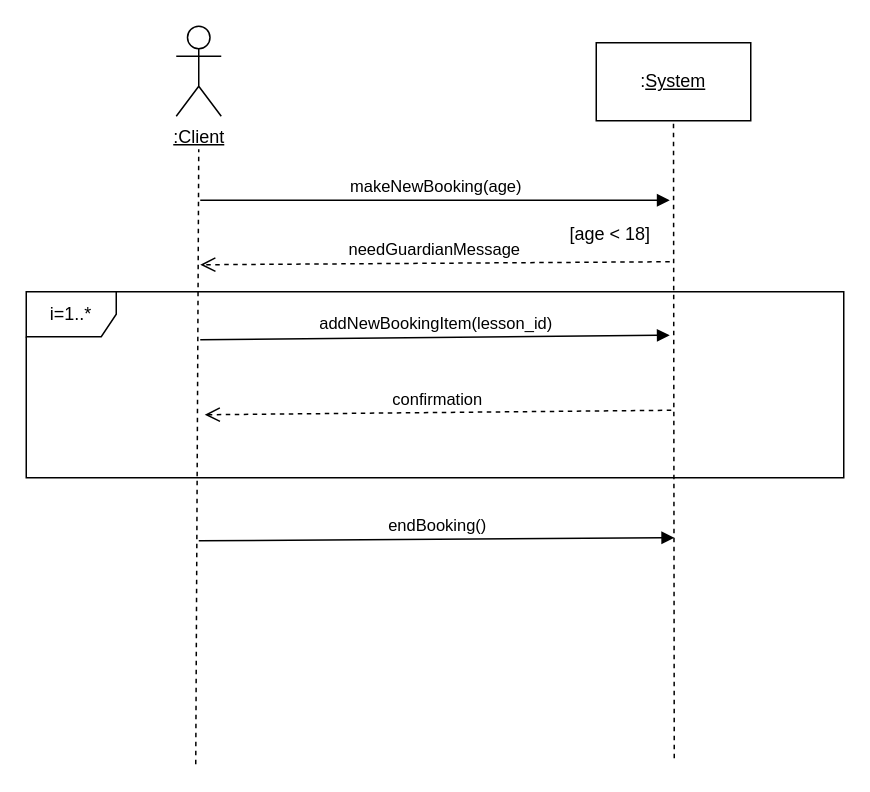
The draw.io diagram ssd_MakeBooking.drawio in matdavid7272/342project, before the edit. Source tidied: cells renumbered, new cells numbered last; positions are measured from the earlier drawing's top-left corner, leaving out a move shared by most shapes. Both pictures are drawn from the tidied source at 150%, with x=0, y=0 at pixel (26, 26).
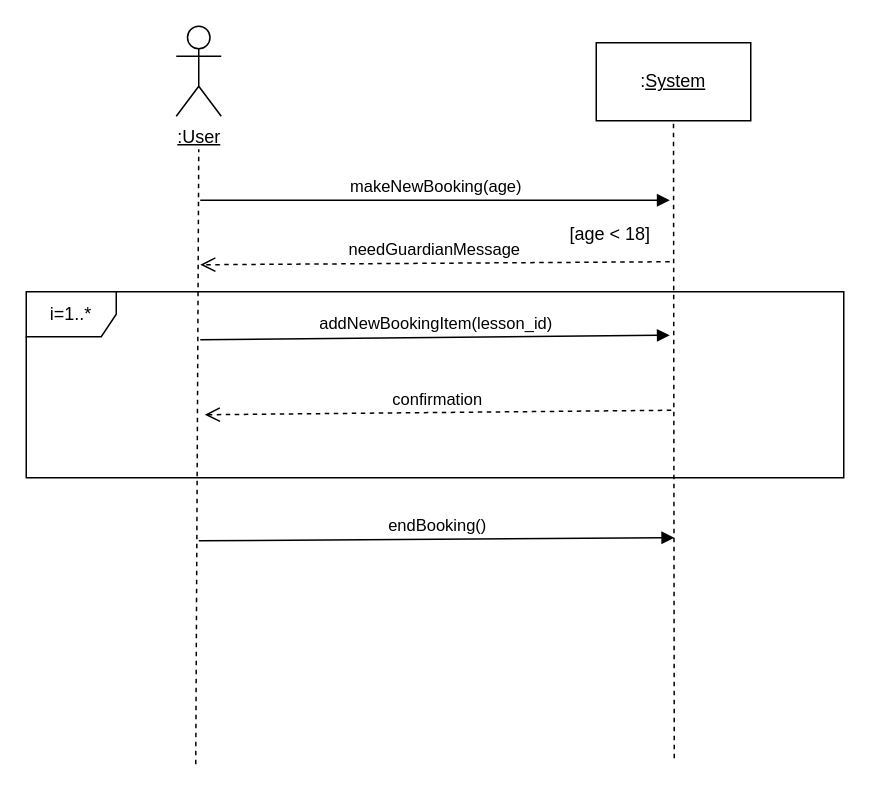
The same page after the edit.

Change to the diagram source:
```diff
@@
 <mxGraphModel>
   <root>
     <mxCell id="0" />
     <mxCell id="1" parent="0" />
-    <mxCell id="2" value="&lt;u&gt;:Client&lt;/u&gt;" style="shape=umlActor;verticalLabelPosition=bottom;verticalAlign=top;html=1;" parent="1" vertex="1">
+    <mxCell id="2" value="&lt;u&gt;:User&lt;/u&gt;" style="shape=umlActor;verticalLabelPosition=bottom;verticalAlign=top;html=1;" parent="1" vertex="1">
       <mxGeometry x="100" width="30" height="60" as="geometry" />
     </mxCell>
     <mxCell id="3" style="endArrow=none;dashed=1;html=1;rounded=0;" parent="1" edge="1">
       <mxGeometry relative="1" as="geometry">
         <mxPoint x="113" y="492" as="sourcePoint" />
         <mxPoint x="115" y="82" as="targetPoint" />
       </mxGeometry>
     </mxCell>
     <mxCell id="4" value=":&lt;u&gt;System&lt;/u&gt;" style="rounded=0;whiteSpace=wrap;html=1;" parent="1" vertex="1">
       <mxGeometry x="380" y="11" width="103" height="52" as="geometry" />
     </mxCell>
     <mxCell id="5" style="endArrow=none;dashed=1;html=1;rounded=0;entryX=0.5;entryY=1;entryDx=0;entryDy=0;" parent="1" edge="1" target="4">
       <mxGeometry relative="1" as="geometry">
         <mxPoint x="432" y="488" as="sourcePoint" />
       </mxGeometry>
     </mxCell>
     <mxCell id="6" value="makeNewBooking(age)" style="html=1;verticalAlign=bottom;endArrow=block;curved=0;rounded=0;" parent="1" edge="1">
       <mxGeometry relative="1" as="geometry">
         <mxPoint x="116" y="116" as="sourcePoint" />
         <mxPoint x="429" y="116" as="targetPoint" />
       </mxGeometry>
     </mxCell>
     <mxCell id="7" value="[age &amp;lt; 18]" style="text;html=1;align=center;verticalAlign=middle;strokeColor=none;fillColor=none;" parent="1" vertex="1">
       <mxGeometry x="353" y="126" width="72" height="26" as="geometry" />
     </mxCell>
     <mxCell id="8" value="needGuardianMessage" style="html=1;verticalAlign=bottom;endArrow=open;dashed=1;endSize=8;curved=0;rounded=0;" parent="1" edge="1">
       <mxGeometry relative="1" as="geometry">
         <mxPoint x="429" y="157" as="sourcePoint" />
         <mxPoint x="116" y="159" as="targetPoint" />
       </mxGeometry>
     </mxCell>
     <mxCell id="9" value="addNewBookingItem(lesson_id)" style="html=1;verticalAlign=bottom;endArrow=block;curved=0;rounded=0;" parent="1" edge="1">
       <mxGeometry relative="1" as="geometry">
         <mxPoint x="116" y="209" as="sourcePoint" />
         <mxPoint x="429" y="206" as="targetPoint" />
       </mxGeometry>
     </mxCell>
     <mxCell id="10" value="confirmation" style="html=1;verticalAlign=bottom;endArrow=open;dashed=1;endSize=8;curved=0;rounded=0;" parent="1" edge="1">
       <mxGeometry relative="1" as="geometry">
         <mxPoint x="430" y="256" as="sourcePoint" />
         <mxPoint x="119" y="259" as="targetPoint" />
       </mxGeometry>
     </mxCell>
     <mxCell id="11" value="i=1..*" style="shape=umlFrame;whiteSpace=wrap;html=1;" parent="1" vertex="1">
       <mxGeometry y="177" width="545" height="124" as="geometry" />
     </mxCell>
     <mxCell id="12" value="endBooking()" style="html=1;verticalAlign=bottom;endArrow=block;curved=0;rounded=0;" parent="1" edge="1">
       <mxGeometry relative="1" as="geometry">
         <mxPoint x="115" y="343" as="sourcePoint" />
         <mxPoint x="432" y="341" as="targetPoint" />
       </mxGeometry>
     </mxCell>
   </root>
 </mxGraphModel>
```
